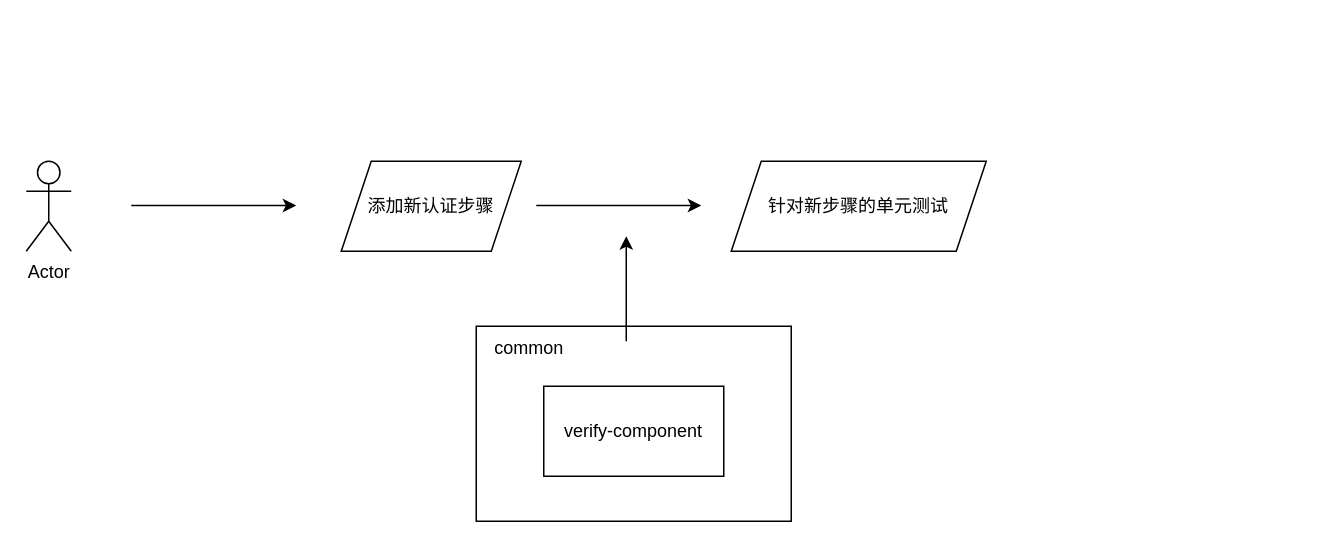
Earlier version of the draw.io diagram page "第 1 页" (1 of 3) of useVerify/未命名绘图.drawio (RexYao97/sfrex). Source tidied: cells renumbered, new cells numbered last; positions are measured from the earlier drawing's top-left corner, leaving out a move shared by most shapes. Both pictures are drawn from the tidied source at 150%, with x=0, y=0 at pixel (26, 160).
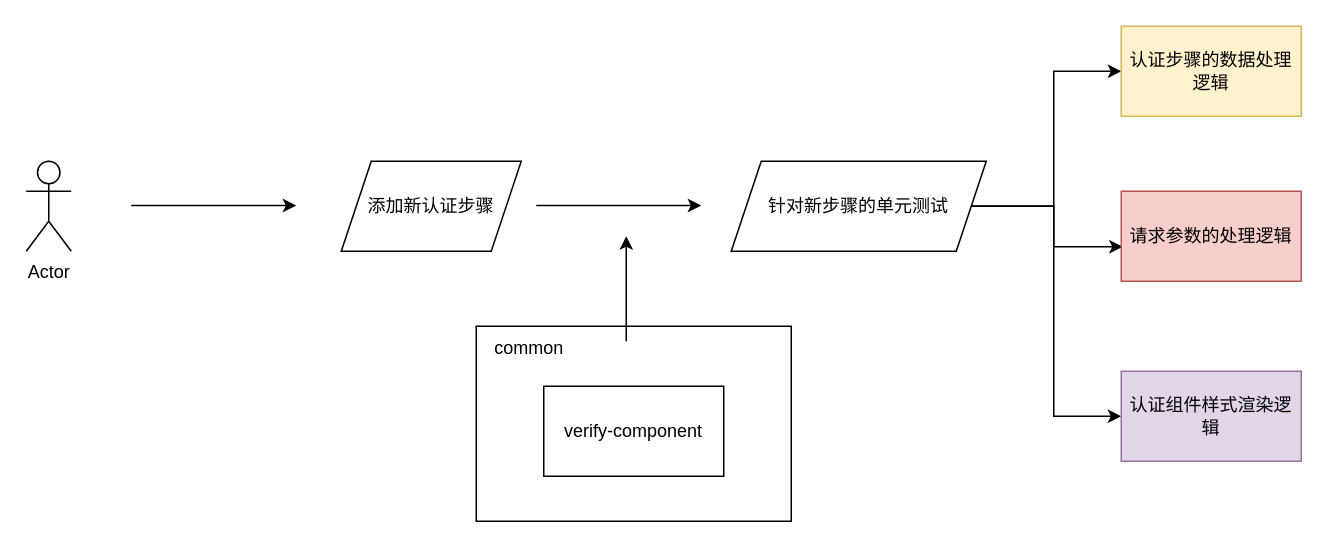
The same diagram, later.

Commit message:
更新未命名绘图.drawio

Change to the diagram source:
```diff
@@
 <mxGraphModel>
   <root>
     <mxCell id="0" />
     <mxCell id="1" parent="0" />
     <mxCell id="2" style="rounded=0;whiteSpace=wrap;html=1;" parent="1" vertex="1">
       <mxGeometry x="300" y="110" width="210" height="130" as="geometry" />
     </mxCell>
     <mxCell id="3" value="Actor" style="shape=umlActor;verticalLabelPosition=bottom;verticalAlign=top;html=1;" parent="1" vertex="1">
       <mxGeometry width="30" height="60" as="geometry" />
     </mxCell>
     <mxCell id="4" value="添加新认证步骤" style="shape=parallelogram;perimeter=parallelogramPerimeter;whiteSpace=wrap;html=1;fixedSize=1;" parent="1" vertex="1">
       <mxGeometry x="210" width="120" height="60" as="geometry" />
     </mxCell>
     <mxCell id="5" style="endArrow=classic;html=1;rounded=0;" parent="1" edge="1">
       <mxGeometry relative="1" as="geometry">
         <mxPoint x="70" y="29.5" as="sourcePoint" />
         <mxPoint x="180" y="29.5" as="targetPoint" />
       </mxGeometry>
     </mxCell>
+    <mxCell id="11" style="edgeStyle=orthogonalEdgeStyle;rounded=0;jettySize=auto;html=1;entryX=0;entryY=0.5;entryDx=0;entryDy=0;" parent="1" edge="1" source="6" target="14">
+      <mxGeometry relative="1" as="geometry" />
+    </mxCell>
+    <mxCell id="12" style="edgeStyle=orthogonalEdgeStyle;rounded=0;jettySize=auto;html=1;entryX=0.008;entryY=0.617;entryDx=0;entryDy=0;entryPerimeter=0;" parent="1" edge="1" source="6" target="15">
+      <mxGeometry relative="1" as="geometry" />
+    </mxCell>
+    <mxCell id="13" style="edgeStyle=orthogonalEdgeStyle;rounded=0;jettySize=auto;html=1;entryX=0;entryY=0.5;entryDx=0;entryDy=0;" parent="1" edge="1" source="6" target="16">
+      <mxGeometry relative="1" as="geometry" />
+    </mxCell>
     <mxCell id="6" value="针对新步骤的单元测试" style="shape=parallelogram;perimeter=parallelogramPerimeter;whiteSpace=wrap;html=1;fixedSize=1;" parent="1" vertex="1">
       <mxGeometry x="470" width="170" height="60" as="geometry" />
     </mxCell>
     <mxCell id="7" style="endArrow=classic;html=1;rounded=0;" parent="1" edge="1">
       <mxGeometry relative="1" as="geometry">
         <mxPoint x="340" y="29.5" as="sourcePoint" />
         <mxPoint x="450" y="29.5" as="targetPoint" />
       </mxGeometry>
     </mxCell>
     <mxCell id="8" style="edgeStyle=orthogonalEdgeStyle;rounded=0;orthogonalLoop=1;jettySize=auto;html=1;" parent="1" edge="1">
       <mxGeometry relative="1" as="geometry">
         <mxPoint x="400" y="120" as="sourcePoint" />
         <mxPoint x="400" y="50" as="targetPoint" />
       </mxGeometry>
     </mxCell>
     <mxCell id="9" value="verify-component" style="rounded=0;whiteSpace=wrap;html=1;" parent="1" vertex="1">
       <mxGeometry x="345" y="150" width="120" height="60" as="geometry" />
     </mxCell>
     <mxCell id="10" value="common" style="text;html=1;align=center;verticalAlign=middle;strokeColor=none;fillColor=none;" parent="1" vertex="1">
       <mxGeometry x="300" y="110" width="70" height="30" as="geometry" />
     </mxCell>
+    <mxCell id="14" value="认证步骤的数据处理逻辑" style="rounded=0;whiteSpace=wrap;html=1;fillColor=#fff2cc;strokeColor=#d6b656;" parent="1" vertex="1">
+      <mxGeometry x="730" y="-90" width="120" height="60" as="geometry" />
+    </mxCell>
+    <mxCell id="15" value="请求参数的处理逻辑" style="rounded=0;whiteSpace=wrap;html=1;fillColor=#f8cecc;strokeColor=#b85450;" parent="1" vertex="1">
+      <mxGeometry x="730" y="20" width="120" height="60" as="geometry" />
+    </mxCell>
+    <mxCell id="16" value="认证组件样式渲染逻辑" style="rounded=0;whiteSpace=wrap;html=1;fillColor=#e1d5e7;strokeColor=#9673a6;" parent="1" vertex="1">
+      <mxGeometry x="730" y="140" width="120" height="60" as="geometry" />
+    </mxCell>
   </root>
 </mxGraphModel>
```
